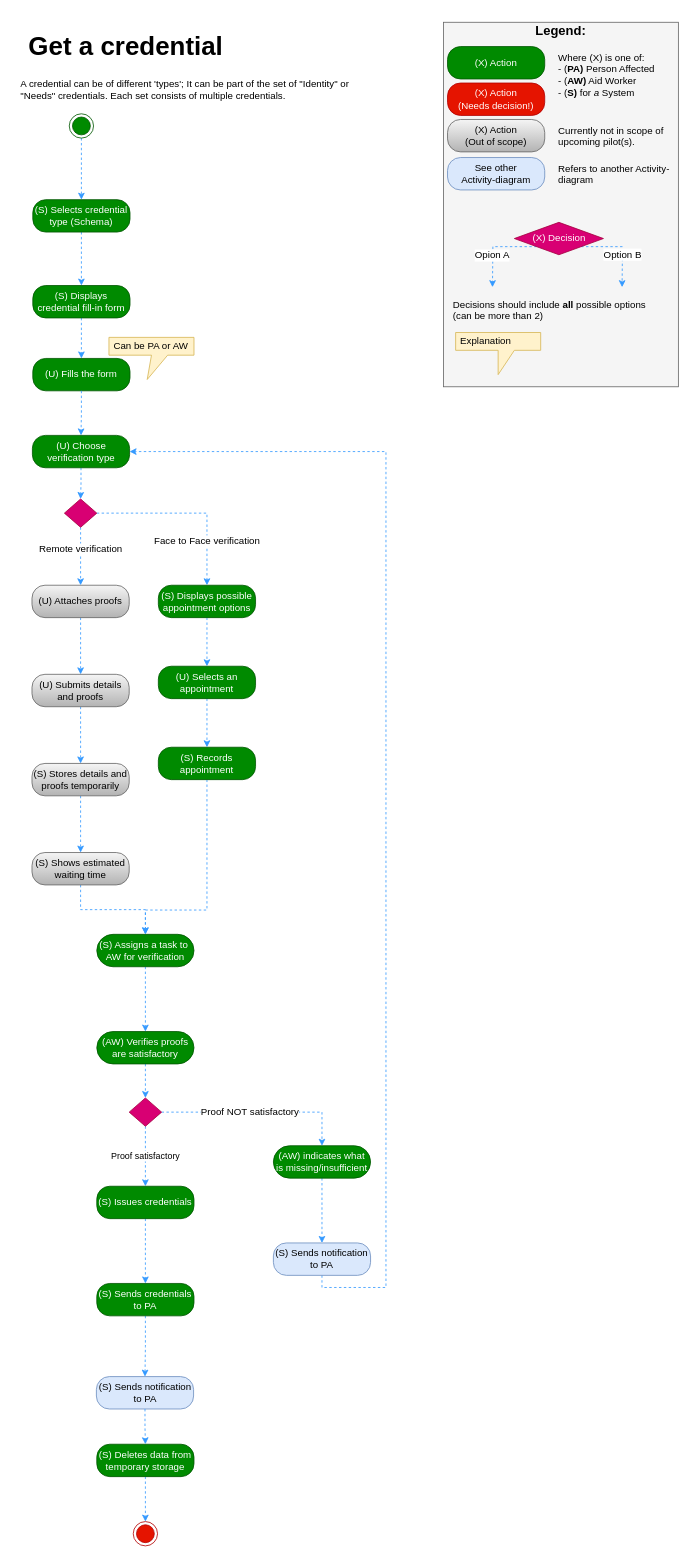
Above: Activity Diagrams/Get a credential activity.drawio in nsward/diagrams (draw.io), before the change. Source tidied: cells renumbered, new cells numbered last; positions are measured from the earlier drawing's top-left corner, leaving out a move shared by most shapes. Both pictures are drawn from the tidied source at 81%, with x=0, y=0 at pixel (14, 14).
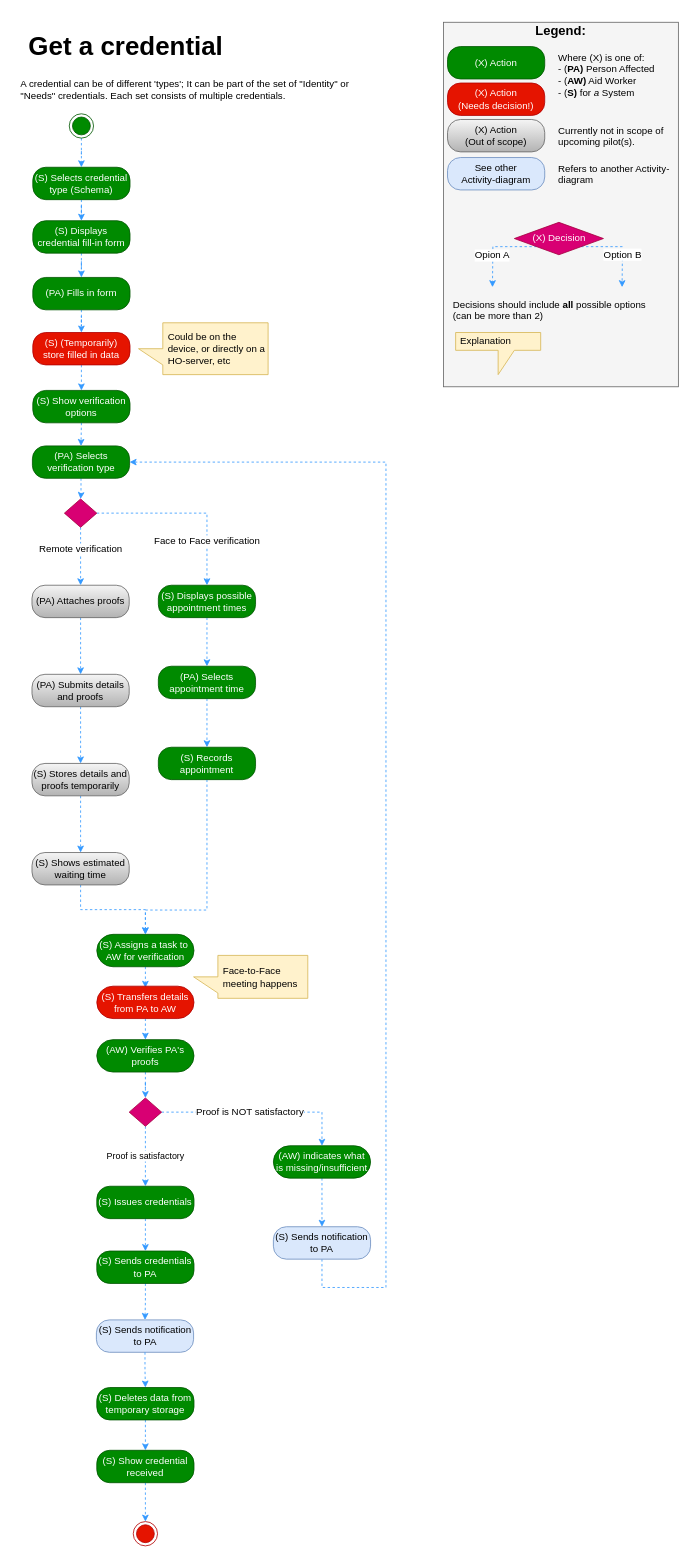
Above is the later version.

Commit message:
Update "Get a credential"

Unchanged cells that the change refers to:
```xml
<mxCell id="4" style="ellipse;html=1;shape=endState;fillColor=#e51400;strokeColor=#B20000;fontColor=#ffffff;" parent="1" vertex="1">
  <mxGeometry x="147" y="1861" width="30" height="30" as="geometry" />
</mxCell>
<mxCell id="21" value="(S) Assigns a task to&amp;nbsp; AW for verification" style="rounded=1;whiteSpace=wrap;html=1;arcSize=50;fillColor=#008a00;strokeColor=#005700;fontColor=#ffffff;" parent="1" vertex="1">
  <mxGeometry x="102" y="1136" width="120" height="40" as="geometry" />
</mxCell>
<mxCell id="38" style="edgeStyle=orthogonalEdgeStyle;rounded=0;jettySize=auto;html=1;dashed=1;strokeColor=#3399FF;fontColor=#ffffff;" parent="1" edge="1" source="41" target="43">
  <mxGeometry relative="1" as="geometry" />
</mxCell>
<mxCell id="41" style="rhombus;whiteSpace=wrap;html=1;fillColor=#d80073;strokeColor=#A50040;fontColor=#ffffff;" parent="1" vertex="1">
  <mxGeometry x="142" y="1338" width="40" height="35" as="geometry" />
</mxCell>
<mxCell id="47" value="(S) Issues credentials&lt;br&gt;" style="rounded=1;whiteSpace=wrap;html=1;arcSize=40;fillColor=#008a00;strokeColor=#005700;fontColor=#ffffff;" parent="1" vertex="1">
  <mxGeometry x="102" y="1447" width="120" height="40" as="geometry" />
</mxCell>
```

What changed in the source:
```diff
@@
     <mxCell id="6" value="(S) Selects credential type (Schema)&lt;br&gt;" style="rounded=1;whiteSpace=wrap;html=1;arcSize=40;fillColor=#008a00;strokeColor=#005700;fontColor=#ffffff;" parent="1" vertex="1">
-      <mxGeometry x="23" y="229" width="120" height="40" as="geometry" />
+      <mxGeometry x="23" y="189" width="120" height="40" as="geometry" />
     </mxCell>
-    <mxCell id="7" style="edgeStyle=orthogonalEdgeStyle;rounded=0;jettySize=auto;html=1;entryX=0.5;entryY=0;entryDx=0;entryDy=0;dashed=1;strokeColor=#3399FF;fontColor=#ffffff;" parent="1" edge="1" source="50" target="4">
-      <mxGeometry relative="1" as="geometry" />
-    </mxCell>
     <mxCell id="8" value="(S) Sends notification to PA&lt;br&gt;" style="rounded=1;whiteSpace=wrap;html=1;arcSize=40;fillColor=#dae8fc;strokeColor=#6c8ebf;" parent="1" vertex="1">
-      <mxGeometry x="101.5" y="1682" width="120" height="40" as="geometry" />
+      <mxGeometry x="101.5" y="1612" width="120" height="40" as="geometry" />
     </mxCell>
@@
     <mxCell id="10" value="(S) Displays credential fill-in form" style="rounded=1;whiteSpace=wrap;html=1;arcSize=40;fillColor=#008a00;strokeColor=#005700;fontColor=#ffffff;" parent="1" vertex="1">
-      <mxGeometry x="23" y="335" width="120" height="40" as="geometry" />
+      <mxGeometry x="23" y="255" width="120" height="40" as="geometry" />
     </mxCell>
+    <mxCell id="71" style="edgeStyle=orthogonalEdgeStyle;rounded=0;jettySize=auto;html=1;dashed=1;strokeColor=#3399FF;fontColor=#ffffff;entryX=0.5;entryY=0;entryDx=0;entryDy=0;" parent="1" edge="1" source="11" target="75">
+      <mxGeometry relative="1" as="geometry" />
+    </mxCell>
-    <mxCell id="11" value="(U) Fills the form" style="rounded=1;whiteSpace=wrap;html=1;arcSize=40;fillColor=#008a00;strokeColor=#005700;fontColor=#ffffff;" parent="1" vertex="1">
-      <mxGeometry x="23" y="425" width="120" height="40" as="geometry" />
+    <mxCell id="11" value="(PA) Fills in form" style="rounded=1;whiteSpace=wrap;html=1;arcSize=40;fillColor=#008a00;strokeColor=#005700;fontColor=#ffffff;" parent="1" vertex="1">
+      <mxGeometry x="23" y="325" width="120" height="40" as="geometry" />
     </mxCell>
@@
-    <mxCell id="13" value="(U) Attaches proofs" style="rounded=1;whiteSpace=wrap;html=1;arcSize=40;fillColor=#f5f5f5;strokeColor=#666666;gradientColor=#b3b3b3;" parent="1" vertex="1">
+    <mxCell id="13" value="(PA) Attaches proofs" style="rounded=1;whiteSpace=wrap;html=1;arcSize=40;fillColor=#f5f5f5;strokeColor=#666666;gradientColor=#b3b3b3;" parent="1" vertex="1">
       <mxGeometry x="22" y="705" width="120" height="40" as="geometry" />
     </mxCell>
@@
-    <mxCell id="15" value="(U) Submits details and proofs" style="rounded=1;whiteSpace=wrap;html=1;arcSize=40;fillColor=#f5f5f5;strokeColor=#666666;gradientColor=#b3b3b3;" parent="1" vertex="1">
+    <mxCell id="15" value="(PA) Submits details and proofs" style="rounded=1;whiteSpace=wrap;html=1;arcSize=40;fillColor=#f5f5f5;strokeColor=#666666;gradientColor=#b3b3b3;" parent="1" vertex="1">
       <mxGeometry x="22" y="815" width="120" height="40" as="geometry" />
     </mxCell>
@@
-    <mxCell id="20" style="edgeStyle=orthogonalEdgeStyle;rounded=0;jettySize=auto;html=1;dashed=1;strokeColor=#3399FF;fontColor=#ffffff;" parent="1" edge="1" source="21" target="23">
-      <mxGeometry relative="1" as="geometry" />
-    </mxCell>
+    <mxCell id="72" style="edgeStyle=orthogonalEdgeStyle;rounded=0;jettySize=auto;html=1;dashed=1;strokeColor=#3399FF;fontColor=#ffffff;" parent="1" edge="1" source="21">
+      <mxGeometry relative="1" as="geometry">
+        <mxPoint x="162" y="1202" as="targetPoint" />
+      </mxGeometry>
+    </mxCell>
@@
-    <mxCell id="23" value="(AW) Verifies proofs are satisfactory" style="rounded=1;whiteSpace=wrap;html=1;arcSize=50;fillColor=#008a00;strokeColor=#005700;fontColor=#ffffff;" parent="1" vertex="1">
-      <mxGeometry x="102" y="1256" width="120" height="40" as="geometry" />
+    <mxCell id="23" value="(AW) Verifies PA's proofs" style="rounded=1;whiteSpace=wrap;html=1;arcSize=50;fillColor=#008a00;strokeColor=#005700;fontColor=#ffffff;" parent="1" vertex="1">
+      <mxGeometry x="102" y="1266" width="120" height="40" as="geometry" />
     </mxCell>
@@
-    <mxCell id="29" style="edgeStyle=orthogonalEdgeStyle;rounded=0;jettySize=auto;html=1;dashed=1;strokeColor=#3399FF;fontColor=#ffffff;entryX=0.5;entryY=0;entryDx=0;entryDy=0;" parent="1" edge="1" source="11" target="37">
-      <mxGeometry relative="1" as="geometry" />
-    </mxCell>
@@
-    <mxCell id="31" value="(S) Displays possible appointment options" style="rounded=1;whiteSpace=wrap;html=1;arcSize=40;fillColor=#008a00;strokeColor=#005700;fontColor=#ffffff;" parent="1" vertex="1">
+    <mxCell id="31" value="(S) Displays possible appointment times" style="rounded=1;whiteSpace=wrap;html=1;arcSize=40;fillColor=#008a00;strokeColor=#005700;fontColor=#ffffff;" parent="1" vertex="1">
       <mxGeometry x="178" y="705" width="120" height="40" as="geometry" />
     </mxCell>
@@
-    <mxCell id="33" value="(U) Selects an appointment" style="rounded=1;whiteSpace=wrap;html=1;arcSize=40;fillColor=#008a00;strokeColor=#005700;fontColor=#ffffff;" parent="1" vertex="1">
+    <mxCell id="33" value="(PA) Selects appointment time" style="rounded=1;whiteSpace=wrap;html=1;arcSize=40;fillColor=#008a00;strokeColor=#005700;fontColor=#ffffff;" parent="1" vertex="1">
       <mxGeometry x="178" y="805" width="120" height="40" as="geometry" />
     </mxCell>
@@
-    <mxCell id="37" value="(U) Choose verification type" style="rounded=1;whiteSpace=wrap;html=1;arcSize=40;fillColor=#008a00;strokeColor=#005700;fontColor=#ffffff;" parent="1" vertex="1">
-      <mxGeometry x="22.5" y="520" width="120" height="40" as="geometry" />
+    <mxCell id="37" value="(PA) Selects verification type" style="rounded=1;whiteSpace=wrap;html=1;arcSize=40;fillColor=#008a00;strokeColor=#005700;fontColor=#ffffff;" parent="1" vertex="1">
+      <mxGeometry x="22.5" y="533" width="120" height="40" as="geometry" />
     </mxCell>
@@
-    <mxCell id="39" value="&lt;font color=&quot;#000000&quot;&gt;Proof NOT satisfactory&lt;/font&gt;" style="text;html=1;align=center;verticalAlign=middle;labelBackgroundColor=#ffffff;fontColor=#ffffff;" parent="38" vertex="1">
+    <mxCell id="39" value="&lt;font color=&quot;#000000&quot;&gt;Proof is NOT satisfactory&lt;/font&gt;" style="text;html=1;align=center;verticalAlign=middle;labelBackgroundColor=#ffffff;fontColor=#ffffff;" parent="38" vertex="1">
       <mxGeometry x="0.08" y="-2" relative="1" as="geometry">
         <mxPoint x="-21" y="-2.5" as="offset" />
       </mxGeometry>
     </mxCell>
-    <mxCell id="40" value="&lt;font color=&quot;#000000&quot;&gt;Proof satisfactory&lt;/font&gt;" style="edgeStyle=orthogonalEdgeStyle;rounded=0;jettySize=auto;html=1;entryX=0.5;entryY=0;entryDx=0;entryDy=0;dashed=1;strokeColor=#3399FF;fontColor=#ffffff;" parent="1" edge="1" source="41" target="47">
+    <mxCell id="40" value="&lt;font color=&quot;#000000&quot;&gt;Proof is satisfactory&lt;/font&gt;" style="edgeStyle=orthogonalEdgeStyle;rounded=0;jettySize=auto;html=1;entryX=0.5;entryY=0;entryDx=0;entryDy=0;dashed=1;strokeColor=#3399FF;fontColor=#ffffff;" parent="1" edge="1" source="41" target="47">
       <mxGeometry relative="1" as="geometry" />
     </mxCell>
@@
     <mxCell id="44" style="edgeStyle=orthogonalEdgeStyle;rounded=0;jettySize=auto;html=1;entryX=1;entryY=0.5;entryDx=0;entryDy=0;dashed=1;strokeColor=#3399FF;fontColor=#ffffff;exitX=0.5;exitY=1;exitDx=0;exitDy=0;" parent="1" edge="1" source="45" target="37">
       <mxGeometry relative="1" as="geometry">
         <Array as="points">
           <mxPoint x="380" y="1572" />
           <mxPoint x="459" y="1572" />
-          <mxPoint x="459" y="540" />
+          <mxPoint x="459" y="553" />
         </Array>
       </mxGeometry>
     </mxCell>
     <mxCell id="45" value="(S) Sends notification to PA" style="rounded=1;whiteSpace=wrap;html=1;arcSize=40;fillColor=#dae8fc;strokeColor=#6c8ebf;" parent="1" vertex="1">
-      <mxGeometry x="320" y="1517" width="120" height="40" as="geometry" />
+      <mxGeometry x="320" y="1497" width="120" height="40" as="geometry" />
     </mxCell>
@@
     <mxCell id="49" value="(S) Sends credentials to PA&lt;br&gt;" style="rounded=1;whiteSpace=wrap;html=1;arcSize=40;fillColor=#008a00;strokeColor=#005700;fontColor=#ffffff;" parent="1" vertex="1">
-      <mxGeometry x="102" y="1567" width="120" height="40" as="geometry" />
+      <mxGeometry x="102" y="1527" width="120" height="40" as="geometry" />
     </mxCell>
+    <mxCell id="73" style="edgeStyle=orthogonalEdgeStyle;rounded=0;jettySize=auto;html=1;exitX=0.5;exitY=1;exitDx=0;exitDy=0;entryX=0.5;entryY=0;entryDx=0;entryDy=0;dashed=1;strokeColor=#3399FF;fontColor=#ffffff;" parent="1" edge="1" source="50" target="83">
+      <mxGeometry relative="1" as="geometry" />
+    </mxCell>
     <mxCell id="50" value="(S) Deletes data from temporary storage&lt;br&gt;" style="rounded=1;whiteSpace=wrap;html=1;arcSize=40;fillColor=#008a00;strokeColor=#005700;fontColor=#ffffff;" parent="1" vertex="1">
-      <mxGeometry x="102" y="1765.5" width="120" height="40" as="geometry" />
+      <mxGeometry x="102" y="1695.5" width="120" height="40" as="geometry" />
     </mxCell>
@@
-    <mxCell id="70" value="&lt;p&gt;Can be PA or AW&lt;/p&gt;" style="shape=callout;whiteSpace=wrap;html=1;perimeter=calloutPerimeter;fillColor=#fff2cc;fontSize=12;align=left;strokeColor=#d6b656;spacingLeft=4;position2=0.45;" parent="1" vertex="1">
-      <mxGeometry x="117" y="399" width="105" height="52" as="geometry" />
-    </mxCell>
+    <mxCell id="74" style="edgeStyle=orthogonalEdgeStyle;rounded=0;jettySize=auto;html=1;exitX=0.5;exitY=1;exitDx=0;exitDy=0;entryX=0.5;entryY=0;entryDx=0;entryDy=0;dashed=1;strokeColor=#3399FF;fontColor=#ffffff;" parent="1" edge="1" source="75" target="78">
+      <mxGeometry relative="1" as="geometry" />
+    </mxCell>
+    <mxCell id="75" value="(S) (Temporarily) store filled in data" style="rounded=1;whiteSpace=wrap;html=1;arcSize=40;fillColor=#e51400;strokeColor=#B20000;fontColor=#ffffff;" parent="1" vertex="1">
+      <mxGeometry x="23" y="393" width="120" height="40" as="geometry" />
+    </mxCell>
+    <mxCell id="76" value="&lt;p&gt;Face-to-Face meeting happens&lt;/p&gt;" style="shape=callout;whiteSpace=wrap;html=1;perimeter=calloutPerimeter;fillColor=#fff2cc;fontSize=12;align=left;strokeColor=#d6b656;spacingLeft=4;direction=south;" parent="1" vertex="1">
+      <mxGeometry x="221.5" y="1162" width="141" height="53" as="geometry" />
+    </mxCell>
+    <mxCell id="77" style="edgeStyle=orthogonalEdgeStyle;rounded=0;jettySize=auto;html=1;exitX=0.5;exitY=1;exitDx=0;exitDy=0;entryX=0.5;entryY=0;entryDx=0;entryDy=0;dashed=1;strokeColor=#3399FF;fontColor=#ffffff;" parent="1" edge="1" source="78" target="37">
+      <mxGeometry relative="1" as="geometry" />
+    </mxCell>
+    <mxCell id="78" value="(S) Show verification options" style="rounded=1;whiteSpace=wrap;html=1;arcSize=40;fillColor=#008a00;strokeColor=#005700;fontColor=#ffffff;" parent="1" vertex="1">
+      <mxGeometry x="23" y="464.5" width="120" height="40" as="geometry" />
+    </mxCell>
+    <mxCell id="79" style="edgeStyle=orthogonalEdgeStyle;rounded=0;jettySize=auto;html=1;exitX=0.5;exitY=1;exitDx=0;exitDy=0;entryX=0.5;entryY=0;entryDx=0;entryDy=0;dashed=1;strokeColor=#3399FF;fontColor=#ffffff;" parent="1" edge="1" source="80" target="23">
+      <mxGeometry relative="1" as="geometry" />
+    </mxCell>
+    <mxCell id="80" value="(S) Transfers details from PA to AW" style="rounded=1;whiteSpace=wrap;html=1;arcSize=50;fillColor=#e51400;strokeColor=#B20000;fontColor=#ffffff;" parent="1" vertex="1">
+      <mxGeometry x="102" y="1200" width="120" height="40" as="geometry" />
+    </mxCell>
+    <mxCell id="81" value="&lt;p&gt;Could be on the device, or directly on a HO-server, etc&lt;/p&gt;" style="shape=callout;whiteSpace=wrap;html=1;perimeter=calloutPerimeter;fillColor=#fff2cc;fontSize=12;align=left;strokeColor=#d6b656;spacingLeft=4;direction=south;" parent="1" vertex="1">
+      <mxGeometry x="153.5" y="381" width="160" height="64" as="geometry" />
+    </mxCell>
+    <mxCell id="82" style="edgeStyle=orthogonalEdgeStyle;rounded=0;jettySize=auto;html=1;dashed=1;strokeColor=#3399FF;fontColor=#ffffff;entryX=0.5;entryY=0;entryDx=0;entryDy=0;" parent="1" edge="1" source="83" target="4">
+      <mxGeometry relative="1" as="geometry" />
+    </mxCell>
+    <mxCell id="83" value="(S) Show credential received&lt;br&gt;" style="rounded=1;whiteSpace=wrap;html=1;arcSize=40;fillColor=#008a00;strokeColor=#005700;fontColor=#ffffff;" parent="1" vertex="1">
+      <mxGeometry x="102" y="1773" width="120" height="40" as="geometry" />
+    </mxCell>
```
